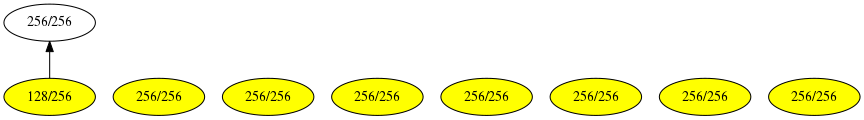
The Graphviz diagram GuiTool/image/Remia/RemiaHeapDot.png in iitramar/guiTool, before a commit. Its source is kept beside it as GuiTool/image/Remia/RemiaHeapDot.dot.
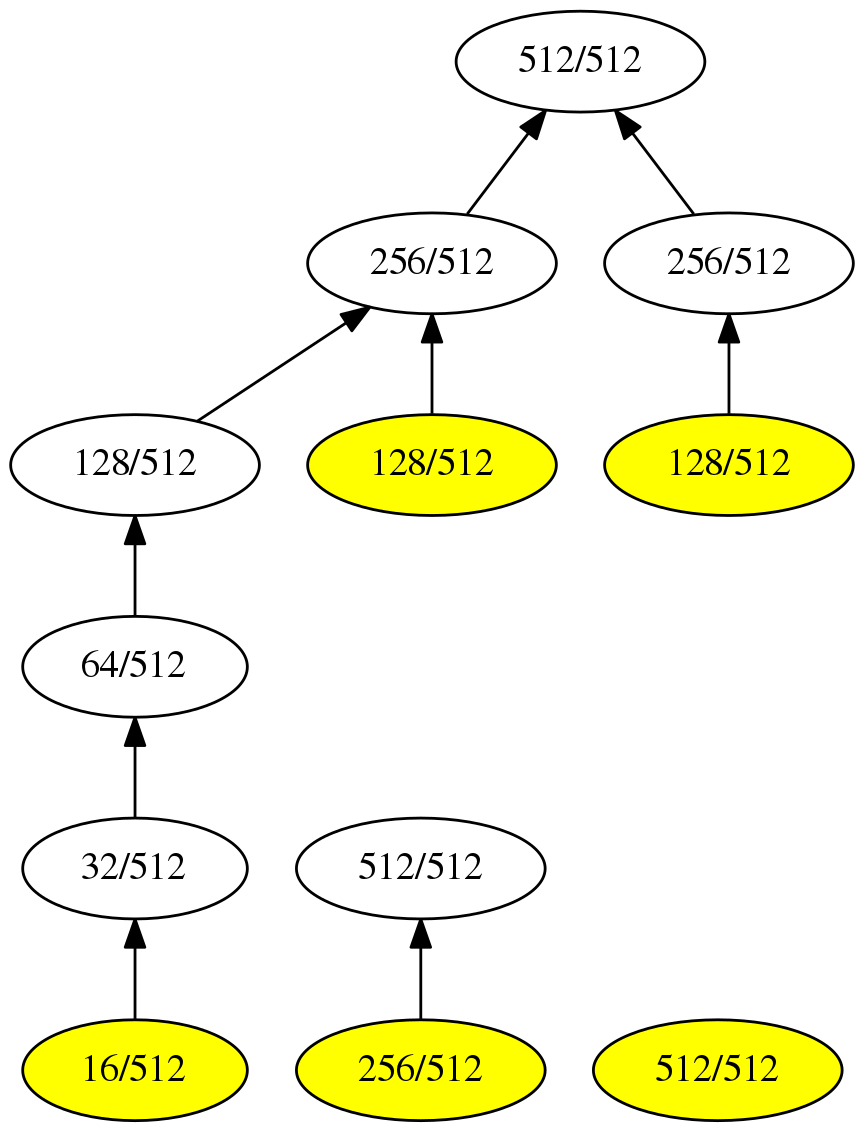
After the commit.

Change to the diagram source:
```diff
@@ -1,21 +1,29 @@
 digraph G {
 rankdir = BT;
-101[label= " 256/256 " ];
-202[label= " 128/256 " ];
+101[label= " 512/512 " ];
+202[label= " 256/512 " ];
 202->101
-202[style=filled, fillcolor=yellow];
-201[label= " 256/256 " ];
-201[style=filled, fillcolor=yellow];
-301[label= " 256/256 " ];
+203[label= " 256/512 " ];
+203->101
+404[label= " 128/512 " ];
+404->202
+405[label= " 128/512 " ];
+405->202
+808[label= " 64/512 " ];
+808->404
+1616[label= " 32/512 " ];
+1616->808
+3232[label= " 16/512 " ];
+3232->1616
+3232[style=filled, fillcolor=yellow];
+405[style=filled, fillcolor=yellow];
+406[label= " 128/512 " ];
+406->203
+406[style=filled, fillcolor=yellow];
+201[label= " 512/512 " ];
+402[label= " 256/512 " ];
+402->201
+402[style=filled, fillcolor=yellow];
+301[label= " 512/512 " ];
 301[style=filled, fillcolor=yellow];
-401[label= " 256/256 " ];
-401[style=filled, fillcolor=yellow];
-501[label= " 256/256 " ];
-501[style=filled, fillcolor=yellow];
-601[label= " 256/256 " ];
-601[style=filled, fillcolor=yellow];
-701[label= " 256/256 " ];
-701[style=filled, fillcolor=yellow];
-801[label= " 256/256 " ];
-801[style=filled, fillcolor=yellow];
 }
```
